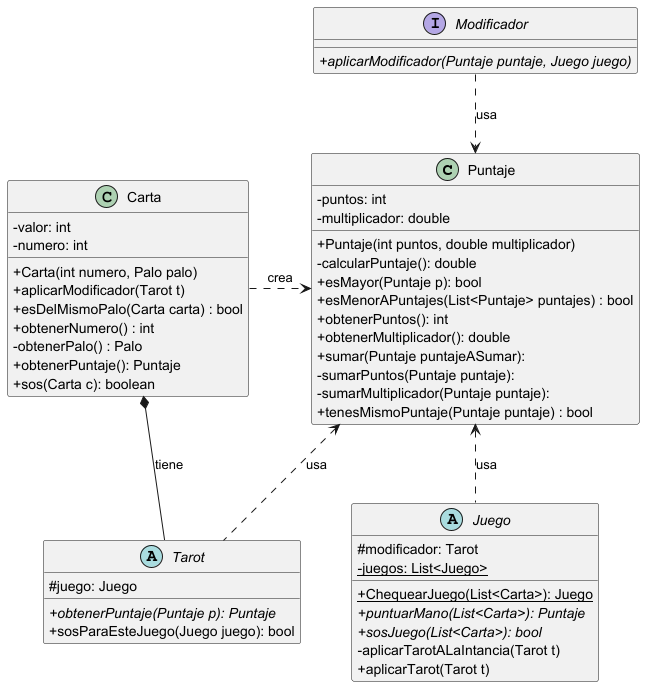
facukresta/g06-tp2-2c-2024 keeps this PlantUML diagram as diagrams/classes/Puntaje.png. Above is the earlier version.
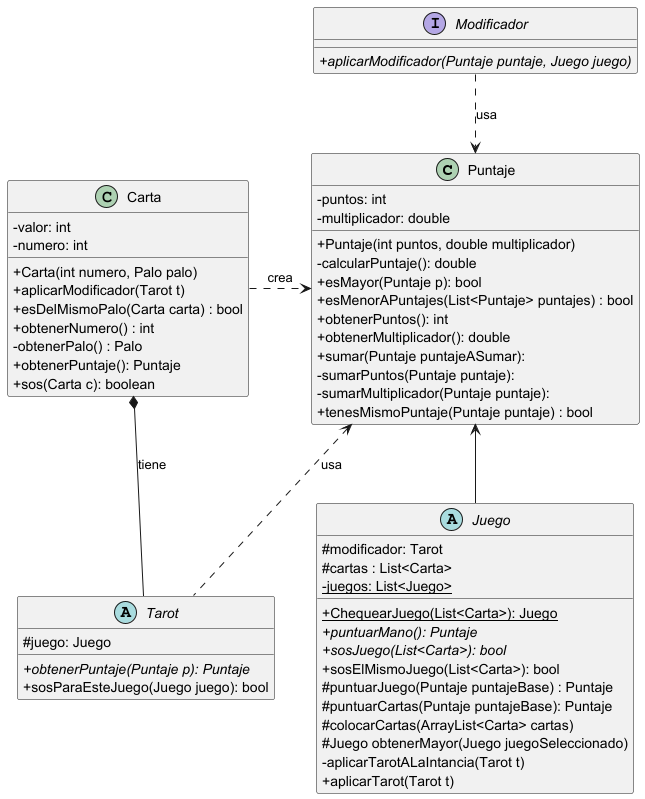
After the change.

The edit, as a diff of the source:
```diff
@@ -30,10 +30,16 @@
 
 abstract Juego {
 #modificador: Tarot
+#cartas : List<Carta>
 -{static}juegos: List<Juego>
 +{static}ChequearJuego(List<Carta>): Juego
-+{abstract}puntuarMano(List<Carta>): Puntaje
++{abstract}puntuarMano(): Puntaje
 +{abstract}sosJuego(List<Carta>): bool
++sosElMismoJuego(List<Carta>): bool
+#puntuarJuego(Puntaje puntajeBase) : Puntaje
+#puntuarCartas(Puntaje puntajeBase): Puntaje
+#colocarCartas(ArrayList<Carta> cartas)
+#Juego obtenerMayor(Juego juegoSeleccionado)
 -aplicarTarotALaIntancia(Tarot t)
 +aplicarTarot(Tarot t)
 }
@@ -53,7 +59,7 @@
 
 Tarot .up.> Puntaje: "usa"
 Modificador .down.> Puntaje: "usa"
-Juego .up.> Puntaje: "usa"
+Juego -up-> Puntaje
 Puntaje <.left. Carta: "crea"
 
 @enduml
```
